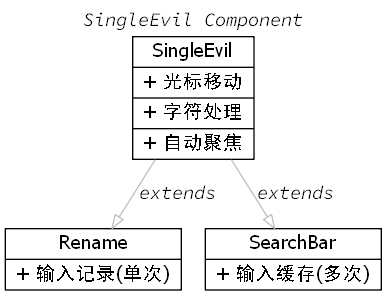
Before: src/render/components/vim/SingleEvil.png, a diagram exported from Graphviz (WingDust/Sheer). Its source is kept beside it as src/render/components/vim/SingleEvil.dot.
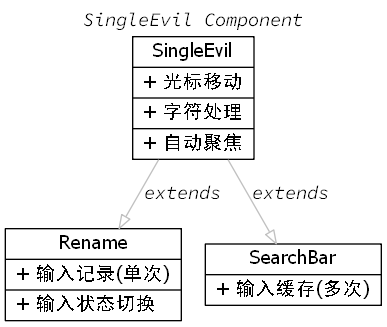
After the commit.

What changed in the source:
```diff
@@ -14,6 +14,7 @@
            }"]
 Rename[label="{Rename
   				| + 输入记录(单次)\l
+  				| + 输入状态切换\l
         }"]
 SearchBar[label="{SearchBar
   | + 输入缓存(多次)\l
```
